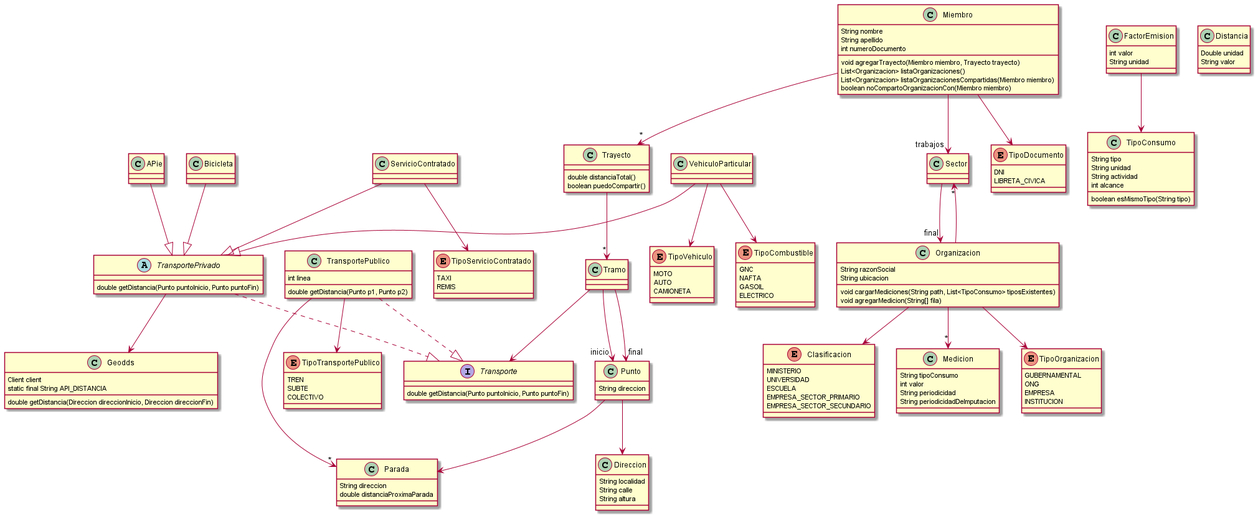
The PlantUML diagram src/main/resources/DC-General.png in comejia/utn-dds-mi-impacto-ambiental, before a commit. The source it was exported from:
```plantuml
@startuml

class Geodds {
    Client client
    static final String API_DISTANCIA
    double getDistancia(Direccion direccionInicio, Direccion direccionFin)
}

class Miembro {
    String nombre
    String apellido
    int numeroDocumento
    void agregarTrayecto(Miembro miembro, Trayecto trayecto)
    List<Organizacion> listaOrganizaciones()
    List<Organizacion> listaOrganizacionesCompartidas(Miembro miembro)
    boolean noCompartoOrganizacionCon(Miembro miembro)
}

enum TipoDocumento {
    DNI
    LIBRETA_CIVICA
}

enum Clasificacion {
    MINISTERIO
    UNIVERSIDAD
    ESCUELA
    EMPRESA_SECTOR_PRIMARIO
    EMPRESA_SECTOR_SECUNDARIO
}

class FactorEmision {
    int valor
    String unidad
}

class Medicion {
    String tipoConsumo
    int valor
    String periodicidad
    String periodicidadDeImputacion
}

class Organizacion {
    String razonSocial
    String ubicacion
    void cargarMediciones(String path, List<TipoConsumo> tiposExistentes)
    void agregarMedicion(String[] fila)
}

class Sector

class TipoConsumo {
    String tipo
    String unidad
    String actividad
    int alcance
    boolean esMismoTipo(String tipo)
}

enum TipoOrganizacion {
    GUBERNAMENTAL
    ONG
    EMPRESA
    INSTITUCION
}

class APie
class Bicicleta

class Parada {
    String direccion
}


class ServicioContratado

enum TipoCombustible {
    GNC
    NAFTA
    GASOIL
    ELECTRICO
}

enum TipoServicioContratado {
    TAXI
    REMIS
}

enum TipoTransportePublico {
    TREN
    SUBTE
    COLECTIVO
}

enum TipoVehiculo {
    MOTO
    AUTO
    CAMIONETA
}

interface Transporte {
    double getDistancia(Punto puntoInicio, Punto puntoFin)
}

abstract class TransportePrivado {
    double getDistancia(Punto puntoInicio, Punto puntoFin)
}

class TransportePublico {
    int linea
    double getDistancia(Punto p1, Punto p2)
}

class VehiculoParticular

class Direccion {
    String localidad
    String calle
    String altura
}

class Distancia {
    Double unidad
    String valor
}

class Parada {
    double distanciaProximaParada
}

class Punto {
    String direccion
}

class Tramo {}

class Trayecto {
    double distanciaTotal()
    boolean puedoCompartir()
}

Miembro --> TipoDocumento
Miembro --> "*" Trayecto
Miembro --> "trabajos" Sector

Organizacion --> TipoOrganizacion
Organizacion --> Clasificacion
Organizacion --> "*" Sector
Organizacion --> "*" Medicion

Sector --> "final" Organizacion

APie --|> TransportePrivado
Bicicleta --|> TransportePrivado
ServicioContratado --|> TransportePrivado
ServicioContratado --> TipoServicioContratado
TransportePrivado ..|> Transporte
TransportePrivado --> Geodds
TransportePublico ..|> Transporte
TransportePublico --> TipoTransportePublico
TransportePublico --> "*" Parada

VehiculoParticular --|> TransportePrivado
VehiculoParticular --> TipoVehiculo
VehiculoParticular --> TipoCombustible

Tramo --> Transporte
Tramo --> "inicio" Punto
Tramo --> "final" Punto
Trayecto --> "*" Tramo

FactorEmision --> TipoConsumo

Punto --> Direccion
Punto --> Parada

@enduml
```
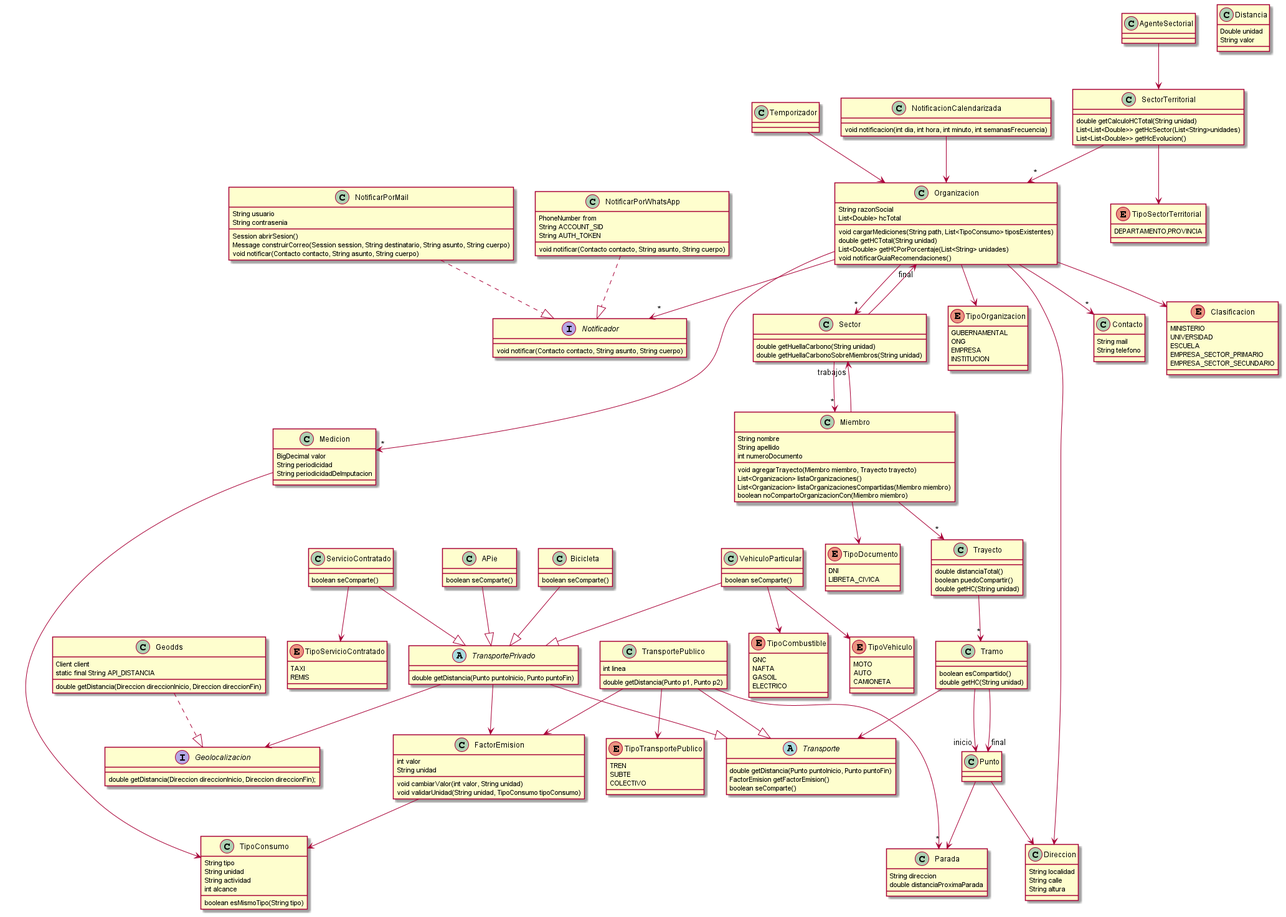
After the change.

Commit message:
Actualización diagrama de clases

Diff of the diagram source:
```diff
@@ -4,6 +4,13 @@
     Client client
     static final String API_DISTANCIA
     double getDistancia(Direccion direccionInicio, Direccion direccionFin)
+}
+
+interface Geolocalizacion {
+    double getDistancia(Direccion direccionInicio, Direccion direccionFin);
+}
+
+class AgenteSectorial {
 }
 
 class Miembro {
@@ -21,6 +28,37 @@
     LIBRETA_CIVICA
 }
 
+class Contacto {
+    String mail
+    String telefono
+}
+
+class NotificacionCalendarizada {
+    void notificacion(int dia, int hora, int minuto, int semanasFrecuencia)
+}
+
+interface Notificador {
+    void notificar(Contacto contacto, String asunto, String cuerpo)
+}
+
+class NotificarPorMail {
+    String usuario
+    String contrasenia
+    Session abrirSesion()
+    Message construirCorreo(Session session, String destinatario, String asunto, String cuerpo)
+    void notificar(Contacto contacto, String asunto, String cuerpo)
+}
+
+class NotificarPorWhatsApp {
+    PhoneNumber from
+    String ACCOUNT_SID
+    String AUTH_TOKEN
+    void notificar(Contacto contacto, String asunto, String cuerpo)
+}
+
+class Temporizador {
+}
+
 enum Clasificacion {
     MINISTERIO
     UNIVERSIDAD
@@ -32,23 +70,35 @@
 class FactorEmision {
     int valor
     String unidad
+    void cambiarValor(int valor, String unidad)
+    void validarUnidad(String unidad, TipoConsumo tipoConsumo)
 }
 
 class Medicion {
-    String tipoConsumo
-    int valor
+    BigDecimal valor
     String periodicidad
     String periodicidadDeImputacion
 }
 
 class Organizacion {
     String razonSocial
-    String ubicacion
+    List<Double> hcTotal
     void cargarMediciones(String path, List<TipoConsumo> tiposExistentes)
-    void agregarMedicion(String[] fila)
+    double getHCTotal(String unidad)
+    List<Double> getHCPorPorcentaje(List<String> unidades)
+    void notificarGuiaRecomendaciones()
 }
 
-class Sector
+class Sector {
+    double getHuellaCarbono(String unidad)
+    double getHuellaCarbonoSobreMiembros(String unidad)
+}
+
+class SectorTerritorial {
+    double getCalculoHCTotal(String unidad)
+    List<List<Double>> getHcSector(List<String>unidades)
+    List<List<Double>> getHcEvolucion()
+}
 
 class TipoConsumo {
     String tipo
@@ -65,15 +115,26 @@
     INSTITUCION
 }
 
-class APie
-class Bicicleta
+enum TipoSectorTerritorial {
+    DEPARTAMENTO,PROVINCIA
+}
+
+class APie {
+    boolean seComparte()
+}
+
+class Bicicleta {
+    boolean seComparte()
+}
 
 class Parada {
     String direccion
 }
 
 
-class ServicioContratado
+class ServicioContratado {
+    boolean seComparte()
+}
 
 enum TipoCombustible {
     GNC
@@ -99,8 +160,10 @@
     CAMIONETA
 }
 
-interface Transporte {
+abstract class Transporte {
     double getDistancia(Punto puntoInicio, Punto puntoFin)
+    FactorEmision getFactorEmision()
+    boolean seComparte()
 }
 
 abstract class TransportePrivado {
@@ -112,7 +175,9 @@
     double getDistancia(Punto p1, Punto p2)
 }
 
-class VehiculoParticular
+class VehiculoParticular {
+    boolean seComparte()
+}
 
 class Direccion {
     String localidad
@@ -130,14 +195,17 @@
 }
 
 class Punto {
-    String direccion
 }
 
-class Tramo {}
+class Tramo {
+    boolean esCompartido()
+    double getHC(String unidad)
+}
 
 class Trayecto {
     double distanciaTotal()
     boolean puedoCompartir()
+    double getHC(String unidad)
 }
 
 Miembro --> TipoDocumento
@@ -148,18 +216,25 @@
 Organizacion --> Clasificacion
 Organizacion --> "*" Sector
 Organizacion --> "*" Medicion
+Organizacion --> Direccion
+Organizacion --> "*" Contacto
+Organizacion --> "*" Notificador
+
 
 Sector --> "final" Organizacion
+Sector --> "*" Miembro
 
 APie --|> TransportePrivado
 Bicicleta --|> TransportePrivado
 ServicioContratado --|> TransportePrivado
 ServicioContratado --> TipoServicioContratado
-TransportePrivado ..|> Transporte
-TransportePrivado --> Geodds
-TransportePublico ..|> Transporte
+TransportePrivado --|> Transporte
+TransportePrivado --> Geolocalizacion
+TransportePrivado --> FactorEmision
+TransportePublico --|> Transporte
 TransportePublico --> TipoTransportePublico
 TransportePublico --> "*" Parada
+TransportePublico --> FactorEmision
 
 VehiculoParticular --|> TransportePrivado
 VehiculoParticular --> TipoVehiculo
@@ -175,4 +250,18 @@
 Punto --> Direccion
 Punto --> Parada
 
+Geodds ..|> Geolocalizacion
+
+AgenteSectorial --> SectorTerritorial
+
+NotificacionCalendarizada --> Organizacion
+NotificarPorMail ..|> Notificador
+NotificarPorWhatsApp ..|> Notificador
+
+Temporizador --> Organizacion
+
+Medicion --> TipoConsumo
+
+SectorTerritorial --> "*" Organizacion
+SectorTerritorial --> TipoSectorTerritorial
 @enduml
```
